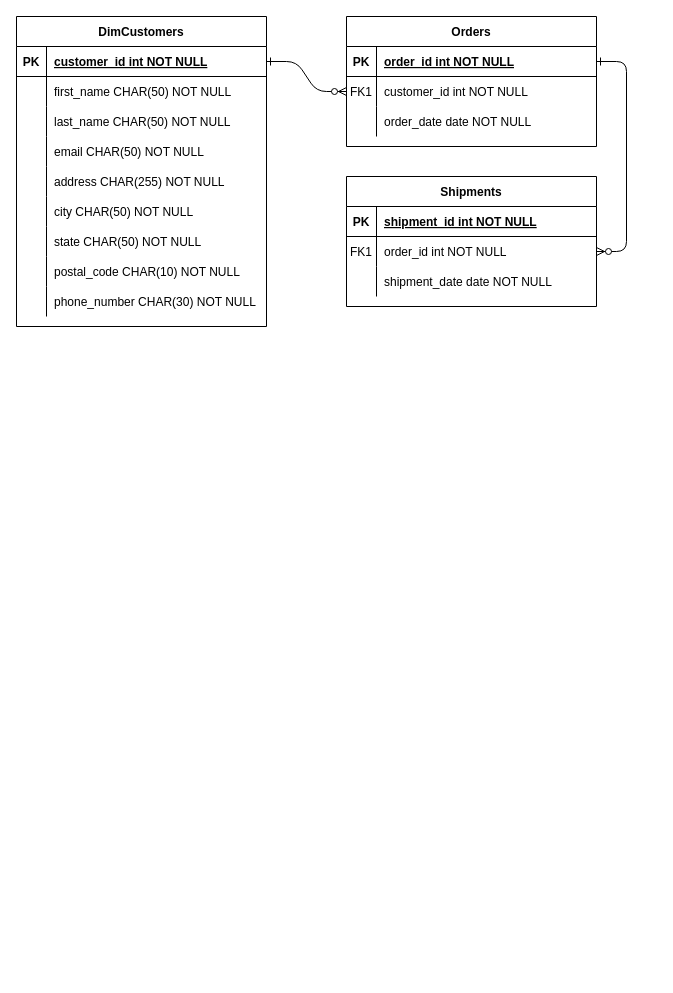
Before: Logical View.drawio in AshleyMetaData/Chatbot, a draw.io diagram. Source tidied: cells renumbered, new cells numbered last; positions are measured from the earlier drawing's top-left corner, leaving out a move shared by most shapes. Both pictures are drawn from the tidied source at 100%, with x=0, y=0 at pixel (16, 16).
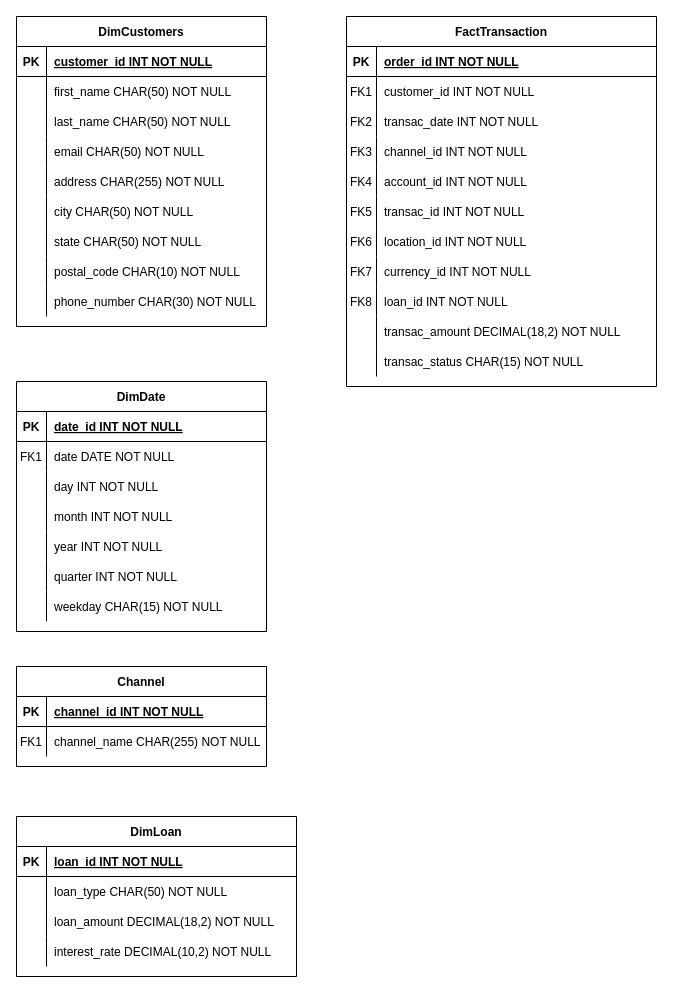
After the change.

Unchanged cells that the change refers to:
```xml
<mxCell id="15" style="shape=partialRectangle;fillColor=none;top=0;left=0;right=0;bottom=1;" parent="14" vertex="1">
  <mxGeometry y="30" width="250" height="30" as="geometry" />
</mxCell>
<mxCell id="18" style="shape=partialRectangle;fillColor=none;points=[[0,0.5],[1,0.5]];portConstraint=eastwest;top=0;left=0;right=0;bottom=0;" parent="14" vertex="1">
  <mxGeometry y="60" width="250" height="30" as="geometry" />
</mxCell>
<mxCell id="21" style="shape=partialRectangle;fillColor=none;top=0;left=0;right=0;bottom=0;" parent="14" vertex="1">
  <mxGeometry y="90" width="250" height="30" as="geometry" />
</mxCell>
<mxCell id="25" style="shape=partialRectangle;fillColor=none;points=[[0,0.5],[1,0.5]];portConstraint=eastwest;top=0;left=0;right=0;bottom=1;" parent="24" vertex="1">
  <mxGeometry y="30" width="250" height="30" as="geometry" />
</mxCell>
```

Change to the diagram source:
```diff
@@
-    <mxCell id="2" style="edgeStyle=entityRelationEdgeStyle;endArrow=ERzeroToMany;startArrow=ERone;endFill=1;startFill=0;" parent="1" edge="1" source="25" target="8">
-      <mxGeometry relative="1" as="geometry" />
-    </mxCell>
-    <mxCell id="3" style="edgeStyle=entityRelationEdgeStyle;endArrow=ERzeroToMany;startArrow=ERone;endFill=1;startFill=0;" parent="1" edge="1" source="5" target="18">
-      <mxGeometry relative="1" as="geometry" />
-    </mxCell>
-    <mxCell id="4" value="Orders" style="shape=table;startSize=30;childLayout=tableLayout;rowLines=0;fontStyle=1;align=center;" parent="1" vertex="1">
-      <mxGeometry x="330" width="250" height="130" as="geometry" />
+    <mxCell id="4" value="FactTransaction" style="shape=table;startSize=30;childLayout=tableLayout;rowLines=0;fontStyle=1;align=center;" parent="1" vertex="1">
+      <mxGeometry x="330" width="310" height="370" as="geometry" />
     </mxCell>
     <mxCell id="5" style="shape=partialRectangle;fillColor=none;points=[[0,0.5],[1,0.5]];portConstraint=eastwest;top=0;left=0;right=0;bottom=1;" parent="4" vertex="1">
-      <mxGeometry y="30" width="250" height="30" as="geometry" />
+      <mxGeometry y="30" width="310" height="30" as="geometry" />
     </mxCell>
@@
-    <mxCell id="7" value="order_id int NOT NULL " style="shape=partialRectangle;overflow=hidden;fillColor=none;top=0;left=0;bottom=0;right=0;align=left;spacingLeft=6;fontStyle=5;" parent="5" vertex="1">
-      <mxGeometry x="30" width="220" height="30" as="geometry" />
+    <mxCell id="7" value="order_id INT NOT NULL " style="shape=partialRectangle;overflow=hidden;fillColor=none;top=0;left=0;bottom=0;right=0;align=left;spacingLeft=6;fontStyle=5;" parent="5" vertex="1">
+      <mxGeometry x="30" width="280" height="30" as="geometry" />
     </mxCell>
     <mxCell id="8" style="shape=partialRectangle;fillColor=none;points=[[0,0.5],[1,0.5]];portConstraint=eastwest;top=0;left=0;right=0;bottom=0;" parent="4" vertex="1">
-      <mxGeometry y="60" width="250" height="30" as="geometry" />
+      <mxGeometry y="60" width="310" height="30" as="geometry" />
     </mxCell>
@@
-    <mxCell id="10" value="customer_id int NOT NULL" style="shape=partialRectangle;overflow=hidden;fillColor=none;top=0;left=0;bottom=0;right=0;align=left;spacingLeft=6;" parent="8" vertex="1">
-      <mxGeometry x="30" width="220" height="30" as="geometry" />
+    <mxCell id="10" value="customer_id INT NOT NULL" style="shape=partialRectangle;overflow=hidden;fillColor=none;top=0;left=0;bottom=0;right=0;align=left;spacingLeft=6;" parent="8" vertex="1">
+      <mxGeometry x="30" width="280" height="30" as="geometry" />
     </mxCell>
     <mxCell id="11" style="shape=partialRectangle;fillColor=none;top=0;left=0;right=0;bottom=0;" parent="4" vertex="1">
-      <mxGeometry y="90" width="250" height="30" as="geometry" />
+      <mxGeometry y="90" width="310" height="30" as="geometry" />
     </mxCell>
-    <mxCell id="12" style="shape=partialRectangle;overflow=hidden;fillColor=none;top=0;left=0;bottom=0;right=0;" parent="11" vertex="1">
+    <mxCell id="12" value="FK2" style="shape=partialRectangle;overflow=hidden;fillColor=none;top=0;left=0;bottom=0;right=0;" parent="11" vertex="1">
       <mxGeometry width="30" height="30" as="geometry" />
     </mxCell>
-    <mxCell id="13" value="order_date date NOT NULL" style="shape=partialRectangle;overflow=hidden;fillColor=none;top=0;left=0;bottom=0;right=0;align=left;spacingLeft=6;" parent="11" vertex="1">
-      <mxGeometry x="30" width="220" height="30" as="geometry" />
+    <mxCell id="13" value="transac_date INT NOT NULL" style="shape=partialRectangle;overflow=hidden;fillColor=none;top=0;left=0;bottom=0;right=0;align=left;spacingLeft=6;" parent="11" vertex="1">
+      <mxGeometry x="30" width="280" height="30" as="geometry" />
     </mxCell>
+    <mxCell id="52" style="shape=partialRectangle;fillColor=none;top=0;left=0;right=0;bottom=0;" parent="4" vertex="1">
+      <mxGeometry y="120" width="310" height="30" as="geometry" />
+    </mxCell>
+    <mxCell id="53" value="FK3" style="shape=partialRectangle;overflow=hidden;fillColor=none;top=0;left=0;bottom=0;right=0;" parent="52" vertex="1">
+      <mxGeometry width="30" height="30" as="geometry" />
+    </mxCell>
+    <mxCell id="54" value="channel_id INT NOT NULL" style="shape=partialRectangle;overflow=hidden;fillColor=none;top=0;left=0;bottom=0;right=0;align=left;spacingLeft=6;" parent="52" vertex="1">
+      <mxGeometry x="30" width="280" height="30" as="geometry" />
+    </mxCell>
+    <mxCell id="55" style="shape=partialRectangle;fillColor=none;top=0;left=0;right=0;bottom=0;" parent="4" vertex="1">
+      <mxGeometry y="150" width="310" height="30" as="geometry" />
+    </mxCell>
+    <mxCell id="56" value="FK4" style="shape=partialRectangle;overflow=hidden;fillColor=none;top=0;left=0;bottom=0;right=0;" parent="55" vertex="1">
+      <mxGeometry width="30" height="30" as="geometry" />
+    </mxCell>
+    <mxCell id="57" value="account_id INT NOT NULL" style="shape=partialRectangle;overflow=hidden;fillColor=none;top=0;left=0;bottom=0;right=0;align=left;spacingLeft=6;" parent="55" vertex="1">
+      <mxGeometry x="30" width="280" height="30" as="geometry" />
+    </mxCell>
+    <mxCell id="58" style="shape=partialRectangle;fillColor=none;top=0;left=0;right=0;bottom=0;" parent="4" vertex="1">
+      <mxGeometry y="180" width="310" height="30" as="geometry" />
+    </mxCell>
+    <mxCell id="59" value="FK5" style="shape=partialRectangle;overflow=hidden;fillColor=none;top=0;left=0;bottom=0;right=0;" parent="58" vertex="1">
+      <mxGeometry width="30" height="30" as="geometry" />
+    </mxCell>
+    <mxCell id="60" value="transac_id INT NOT NULL" style="shape=partialRectangle;overflow=hidden;fillColor=none;top=0;left=0;bottom=0;right=0;align=left;spacingLeft=6;" parent="58" vertex="1">
+      <mxGeometry x="30" width="280" height="30" as="geometry" />
+    </mxCell>
+    <mxCell id="61" style="shape=partialRectangle;fillColor=none;top=0;left=0;right=0;bottom=0;" parent="4" vertex="1">
+      <mxGeometry y="210" width="310" height="30" as="geometry" />
+    </mxCell>
+    <mxCell id="62" value="FK6" style="shape=partialRectangle;overflow=hidden;fillColor=none;top=0;left=0;bottom=0;right=0;" parent="61" vertex="1">
+      <mxGeometry width="30" height="30" as="geometry" />
+    </mxCell>
+    <mxCell id="63" value="location_id INT NOT NULL" style="shape=partialRectangle;overflow=hidden;fillColor=none;top=0;left=0;bottom=0;right=0;align=left;spacingLeft=6;" parent="61" vertex="1">
+      <mxGeometry x="30" width="280" height="30" as="geometry" />
+    </mxCell>
+    <mxCell id="64" style="shape=partialRectangle;fillColor=none;top=0;left=0;right=0;bottom=0;" parent="4" vertex="1">
+      <mxGeometry y="240" width="310" height="30" as="geometry" />
+    </mxCell>
+    <mxCell id="65" value="FK7" style="shape=partialRectangle;overflow=hidden;fillColor=none;top=0;left=0;bottom=0;right=0;" parent="64" vertex="1">
+      <mxGeometry width="30" height="30" as="geometry" />
+    </mxCell>
+    <mxCell id="66" value="currency_id INT NOT NULL" style="shape=partialRectangle;overflow=hidden;fillColor=none;top=0;left=0;bottom=0;right=0;align=left;spacingLeft=6;" parent="64" vertex="1">
+      <mxGeometry x="30" width="280" height="30" as="geometry" />
+    </mxCell>
+    <mxCell id="67" style="shape=partialRectangle;fillColor=none;top=0;left=0;right=0;bottom=0;" parent="4" vertex="1">
+      <mxGeometry y="270" width="310" height="30" as="geometry" />
+    </mxCell>
+    <mxCell id="68" value="FK8" style="shape=partialRectangle;overflow=hidden;fillColor=none;top=0;left=0;bottom=0;right=0;" parent="67" vertex="1">
+      <mxGeometry width="30" height="30" as="geometry" />
+    </mxCell>
+    <mxCell id="69" value="loan_id INT NOT NULL" style="shape=partialRectangle;overflow=hidden;fillColor=none;top=0;left=0;bottom=0;right=0;align=left;spacingLeft=6;" parent="67" vertex="1">
+      <mxGeometry x="30" width="280" height="30" as="geometry" />
+    </mxCell>
+    <mxCell id="70" style="shape=partialRectangle;fillColor=none;top=0;left=0;right=0;bottom=0;" parent="4" vertex="1">
+      <mxGeometry y="300" width="310" height="30" as="geometry" />
+    </mxCell>
+    <mxCell id="71" style="shape=partialRectangle;overflow=hidden;fillColor=none;top=0;left=0;bottom=0;right=0;" parent="70" vertex="1">
+      <mxGeometry width="30" height="30" as="geometry" />
+    </mxCell>
+    <mxCell id="72" value="transac_amount DECIMAL(18,2) NOT NULL" style="shape=partialRectangle;overflow=hidden;fillColor=none;top=0;left=0;bottom=0;right=0;align=left;spacingLeft=6;" parent="70" vertex="1">
+      <mxGeometry x="30" width="280" height="30" as="geometry" />
+    </mxCell>
+    <mxCell id="73" style="shape=partialRectangle;fillColor=none;top=0;left=0;right=0;bottom=0;" parent="4" vertex="1">
+      <mxGeometry y="330" width="310" height="30" as="geometry" />
+    </mxCell>
+    <mxCell id="74" style="shape=partialRectangle;overflow=hidden;fillColor=none;top=0;left=0;bottom=0;right=0;" parent="73" vertex="1">
+      <mxGeometry width="30" height="30" as="geometry" />
+    </mxCell>
+    <mxCell id="75" value="transac_status CHAR(15) NOT NULL" style="shape=partialRectangle;overflow=hidden;fillColor=none;top=0;left=0;bottom=0;right=0;align=left;spacingLeft=6;" parent="73" vertex="1">
+      <mxGeometry x="30" width="280" height="30" as="geometry" />
+    </mxCell>
-    <mxCell id="14" value="Shipments" style="shape=table;startSize=30;childLayout=tableLayout;rowLines=0;fontStyle=1;align=center;" parent="1" vertex="1">
-      <mxGeometry x="330" y="160" width="250" height="130" as="geometry" />
+    <mxCell id="14" value="DimDate" style="shape=table;startSize=30;childLayout=tableLayout;rowLines=0;fontStyle=1;align=center;" parent="1" vertex="1">
+      <mxGeometry y="365" width="250" height="250" as="geometry" />
     </mxCell>
@@
-    <mxCell id="17" value="shipment_id int NOT NULL " style="shape=partialRectangle;overflow=hidden;fillColor=none;top=0;left=0;bottom=0;right=0;align=left;spacingLeft=6;fontStyle=5;" parent="15" vertex="1">
+    <mxCell id="17" value="date_id INT NOT NULL " style="shape=partialRectangle;overflow=hidden;fillColor=none;top=0;left=0;bottom=0;right=0;align=left;spacingLeft=6;fontStyle=5;" parent="15" vertex="1">
       <mxGeometry x="30" width="220" height="30" as="geometry" />
     </mxCell>
@@
-    <mxCell id="20" value="order_id int NOT NULL" style="shape=partialRectangle;overflow=hidden;fillColor=none;top=0;left=0;bottom=0;right=0;align=left;spacingLeft=6;" parent="18" vertex="1">
+    <mxCell id="20" value="date DATE NOT NULL" style="shape=partialRectangle;overflow=hidden;fillColor=none;top=0;left=0;bottom=0;right=0;align=left;spacingLeft=6;" parent="18" vertex="1">
       <mxGeometry x="30" width="220" height="30" as="geometry" />
     </mxCell>
@@
-    <mxCell id="23" value="shipment_date date NOT NULL" style="shape=partialRectangle;overflow=hidden;fillColor=none;top=0;left=0;bottom=0;right=0;align=left;spacingLeft=6;" parent="21" vertex="1">
+    <mxCell id="23" value="day INT NOT NULL" style="shape=partialRectangle;overflow=hidden;fillColor=none;top=0;left=0;bottom=0;right=0;align=left;spacingLeft=6;" parent="21" vertex="1">
       <mxGeometry x="30" width="220" height="30" as="geometry" />
     </mxCell>
+    <mxCell id="76" style="shape=partialRectangle;fillColor=none;top=0;left=0;right=0;bottom=0;" parent="14" vertex="1">
+      <mxGeometry y="120" width="250" height="30" as="geometry" />
+    </mxCell>
+    <mxCell id="77" style="shape=partialRectangle;overflow=hidden;fillColor=none;top=0;left=0;bottom=0;right=0;" parent="76" vertex="1">
+      <mxGeometry width="30" height="30" as="geometry" />
+    </mxCell>
+    <mxCell id="78" value="month INT NOT NULL" style="shape=partialRectangle;overflow=hidden;fillColor=none;top=0;left=0;bottom=0;right=0;align=left;spacingLeft=6;" parent="76" vertex="1">
+      <mxGeometry x="30" width="220" height="30" as="geometry" />
+    </mxCell>
+    <mxCell id="79" style="shape=partialRectangle;fillColor=none;top=0;left=0;right=0;bottom=0;" parent="14" vertex="1">
+      <mxGeometry y="150" width="250" height="30" as="geometry" />
+    </mxCell>
+    <mxCell id="80" style="shape=partialRectangle;overflow=hidden;fillColor=none;top=0;left=0;bottom=0;right=0;" parent="79" vertex="1">
+      <mxGeometry width="30" height="30" as="geometry" />
+    </mxCell>
+    <mxCell id="81" value="year INT NOT NULL" style="shape=partialRectangle;overflow=hidden;fillColor=none;top=0;left=0;bottom=0;right=0;align=left;spacingLeft=6;" parent="79" vertex="1">
+      <mxGeometry x="30" width="220" height="30" as="geometry" />
+    </mxCell>
+    <mxCell id="82" style="shape=partialRectangle;fillColor=none;top=0;left=0;right=0;bottom=0;" parent="14" vertex="1">
+      <mxGeometry y="180" width="250" height="30" as="geometry" />
+    </mxCell>
+    <mxCell id="83" style="shape=partialRectangle;overflow=hidden;fillColor=none;top=0;left=0;bottom=0;right=0;" parent="82" vertex="1">
+      <mxGeometry width="30" height="30" as="geometry" />
+    </mxCell>
+    <mxCell id="84" value="quarter INT NOT NULL" style="shape=partialRectangle;overflow=hidden;fillColor=none;top=0;left=0;bottom=0;right=0;align=left;spacingLeft=6;" parent="82" vertex="1">
+      <mxGeometry x="30" width="220" height="30" as="geometry" />
+    </mxCell>
+    <mxCell id="85" style="shape=partialRectangle;fillColor=none;top=0;left=0;right=0;bottom=0;" parent="14" vertex="1">
+      <mxGeometry y="210" width="250" height="30" as="geometry" />
+    </mxCell>
+    <mxCell id="86" style="shape=partialRectangle;overflow=hidden;fillColor=none;top=0;left=0;bottom=0;right=0;" parent="85" vertex="1">
+      <mxGeometry width="30" height="30" as="geometry" />
+    </mxCell>
+    <mxCell id="87" value="weekday CHAR(15) NOT NULL" style="shape=partialRectangle;overflow=hidden;fillColor=none;top=0;left=0;bottom=0;right=0;align=left;spacingLeft=6;" parent="85" vertex="1">
+      <mxGeometry x="30" width="220" height="30" as="geometry" />
+    </mxCell>
@@
-    <mxCell id="27" value="customer_id int NOT NULL " style="shape=partialRectangle;overflow=hidden;fillColor=none;top=0;left=0;bottom=0;right=0;align=left;spacingLeft=6;fontStyle=5;" parent="25" vertex="1">
+    <mxCell id="27" value="customer_id INT NOT NULL " style="shape=partialRectangle;overflow=hidden;fillColor=none;top=0;left=0;bottom=0;right=0;align=left;spacingLeft=6;fontStyle=5;" parent="25" vertex="1">
       <mxGeometry x="30" width="220" height="30" as="geometry" />
     </mxCell>
@@
+    <mxCell id="88" value="Channel" style="shape=table;startSize=30;childLayout=tableLayout;rowLines=0;fontStyle=1;align=center;" parent="1" vertex="1">
+      <mxGeometry y="650" width="250" height="100" as="geometry" />
+    </mxCell>
+    <mxCell id="89" style="shape=partialRectangle;fillColor=none;top=0;left=0;right=0;bottom=1;" parent="88" vertex="1">
+      <mxGeometry y="30" width="250" height="30" as="geometry" />
+    </mxCell>
+    <mxCell id="90" value="PK" style="shape=partialRectangle;overflow=hidden;fillColor=none;top=0;left=0;bottom=0;right=0;fontStyle=1;" parent="89" vertex="1">
+      <mxGeometry width="30" height="30" as="geometry" />
+    </mxCell>
+    <mxCell id="91" value="channel_id INT NOT NULL " style="shape=partialRectangle;overflow=hidden;fillColor=none;top=0;left=0;bottom=0;right=0;align=left;spacingLeft=6;fontStyle=5;" parent="89" vertex="1">
+      <mxGeometry x="30" width="220" height="30" as="geometry" />
+    </mxCell>
+    <mxCell id="92" style="shape=partialRectangle;fillColor=none;top=0;left=0;right=0;bottom=0;" parent="88" vertex="1">
+      <mxGeometry y="60" width="250" height="30" as="geometry" />
+    </mxCell>
+    <mxCell id="93" value="FK1" style="shape=partialRectangle;overflow=hidden;fillColor=none;top=0;left=0;bottom=0;right=0;" parent="92" vertex="1">
+      <mxGeometry width="30" height="30" as="geometry" />
+    </mxCell>
+    <mxCell id="94" value="channel_name CHAR(255) NOT NULL" style="shape=partialRectangle;overflow=hidden;fillColor=none;top=0;left=0;bottom=0;right=0;align=left;spacingLeft=6;" parent="92" vertex="1">
+      <mxGeometry x="30" width="220" height="30" as="geometry" />
+    </mxCell>
+    <mxCell id="95" value="DimLoan" style="shape=table;startSize=30;childLayout=tableLayout;rowLines=0;fontStyle=1;align=center;" parent="1" vertex="1">
+      <mxGeometry y="800" width="280" height="160" as="geometry" />
+    </mxCell>
+    <mxCell id="96" style="shape=partialRectangle;fillColor=none;top=0;left=0;right=0;bottom=1;" parent="95" vertex="1">
+      <mxGeometry y="30" width="280" height="30" as="geometry" />
+    </mxCell>
+    <mxCell id="97" value="PK" style="shape=partialRectangle;overflow=hidden;fillColor=none;top=0;left=0;bottom=0;right=0;fontStyle=1;" parent="96" vertex="1">
+      <mxGeometry width="30" height="30" as="geometry" />
+    </mxCell>
+    <mxCell id="98" value="loan_id INT NOT NULL " style="shape=partialRectangle;overflow=hidden;fillColor=none;top=0;left=0;bottom=0;right=0;align=left;spacingLeft=6;fontStyle=5;" parent="96" vertex="1">
+      <mxGeometry x="30" width="250" height="30" as="geometry" />
+    </mxCell>
+    <mxCell id="99" style="shape=partialRectangle;fillColor=none;top=0;left=0;right=0;bottom=0;" parent="95" vertex="1">
+      <mxGeometry y="60" width="280" height="30" as="geometry" />
+    </mxCell>
+    <mxCell id="100" style="shape=partialRectangle;overflow=hidden;fillColor=none;top=0;left=0;bottom=0;right=0;" parent="99" vertex="1">
+      <mxGeometry width="30" height="30" as="geometry" />
+    </mxCell>
+    <mxCell id="101" value="loan_type CHAR(50) NOT NULL" style="shape=partialRectangle;overflow=hidden;fillColor=none;top=0;left=0;bottom=0;right=0;align=left;spacingLeft=6;" parent="99" vertex="1">
+      <mxGeometry x="30" width="250" height="30" as="geometry" />
+    </mxCell>
+    <mxCell id="102" style="shape=partialRectangle;fillColor=none;top=0;left=0;right=0;bottom=0;" parent="95" vertex="1">
+      <mxGeometry y="90" width="280" height="30" as="geometry" />
+    </mxCell>
+    <mxCell id="103" style="shape=partialRectangle;overflow=hidden;fillColor=none;top=0;left=0;bottom=0;right=0;" parent="102" vertex="1">
+      <mxGeometry width="30" height="30" as="geometry" />
+    </mxCell>
+    <mxCell id="104" value="loan_amount DECIMAL(18,2) NOT NULL" style="shape=partialRectangle;overflow=hidden;fillColor=none;top=0;left=0;bottom=0;right=0;align=left;spacingLeft=6;" parent="102" vertex="1">
+      <mxGeometry x="30" width="250" height="30" as="geometry" />
+    </mxCell>
+    <mxCell id="105" style="shape=partialRectangle;fillColor=none;top=0;left=0;right=0;bottom=0;" parent="95" vertex="1">
+      <mxGeometry y="120" width="280" height="30" as="geometry" />
+    </mxCell>
+    <mxCell id="106" style="shape=partialRectangle;overflow=hidden;fillColor=none;top=0;left=0;bottom=0;right=0;" parent="105" vertex="1">
+      <mxGeometry width="30" height="30" as="geometry" />
+    </mxCell>
+    <mxCell id="107" value="interest_rate DECIMAL(10,2) NOT NULL" style="shape=partialRectangle;overflow=hidden;fillColor=none;top=0;left=0;bottom=0;right=0;align=left;spacingLeft=6;" parent="105" vertex="1">
+      <mxGeometry x="30" width="250" height="30" as="geometry" />
+    </mxCell>
```
